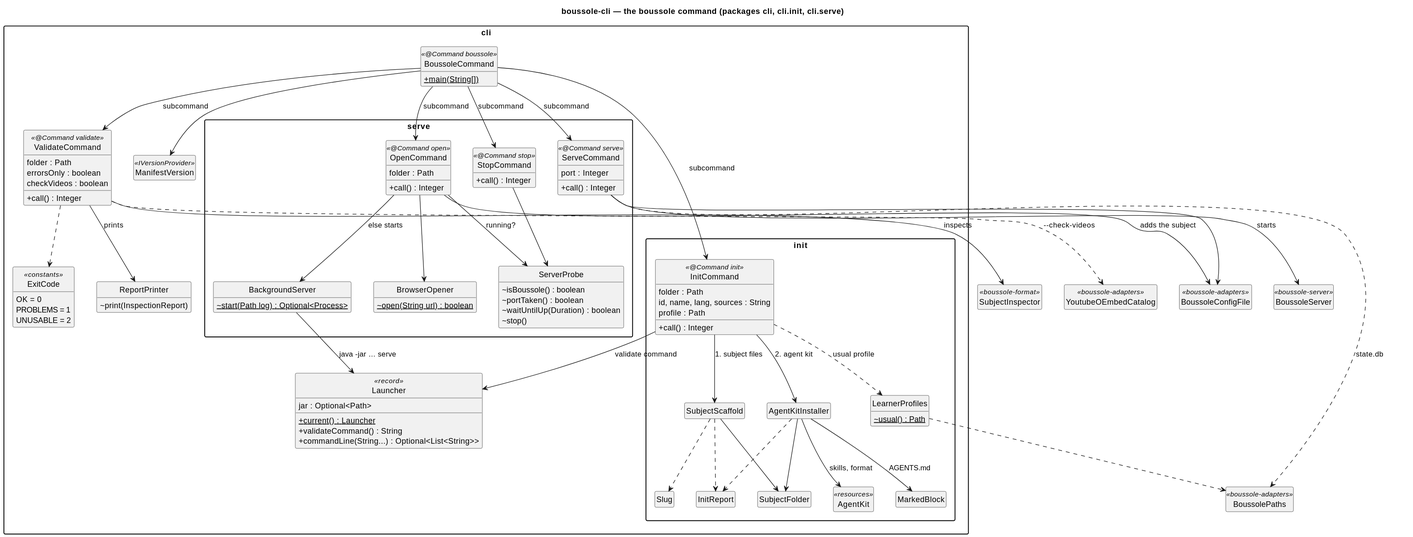
Before: docs/diagrams/40-cli.svg, a diagram exported from PlantUML (lucasssoh/Boussole).
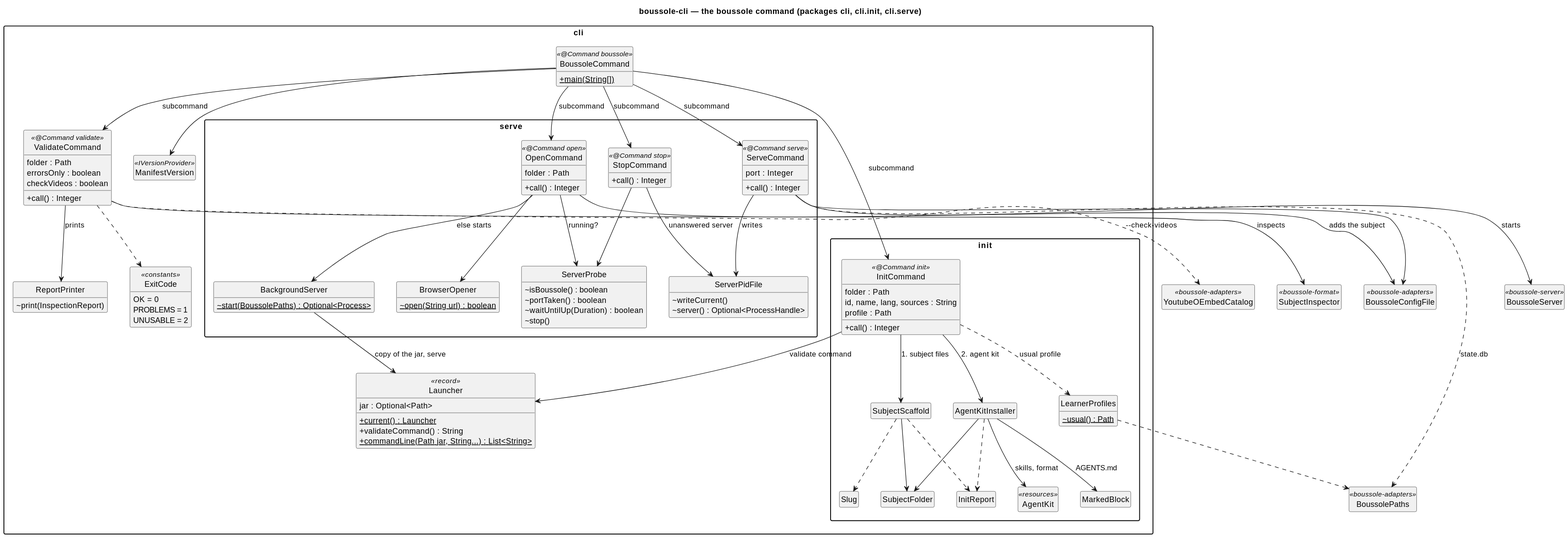
After the change.

Commit message:
CLI : the background server runs a copy of boussole.jar, and stop ends one that no longer answers

What changed in the source:
```diff
@@ -30,7 +30,7 @@
     jar : Optional<Path>
     +{static} current() : Launcher
     +validateCommand() : String
-    +commandLine(String...) : Optional<List<String>>
+    +{static} commandLine(Path jar, String...) : List<String>
   }
 }
 
@@ -53,7 +53,11 @@
     ~stop()
   }
   class BackgroundServer {
-    ~{static} start(Path log) : Optional<Process>
+    ~{static} start(BoussolePaths) : Optional<Process>
+  }
+  class ServerPidFile {
+    ~writeCurrent()
+    ~server() : Optional<ProcessHandle>
   }
   class BrowserOpener {
     ~{static} open(String url) : boolean
@@ -99,7 +103,9 @@
 OpenCommand --> ServerProbe : running?
 OpenCommand --> BackgroundServer : else starts
 OpenCommand --> BrowserOpener
-BackgroundServer --> Launcher : java -jar … serve
+BackgroundServer --> Launcher : copy of the jar, serve
+ServeCommand --> ServerPidFile : writes
+StopCommand --> ServerPidFile : unanswered server
 StopCommand --> ServerProbe
 ServeCommand --> BoussoleServer : starts
 ServeCommand --> BoussoleConfigFile
```
